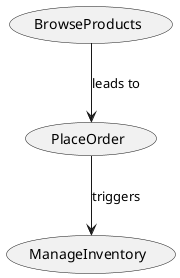
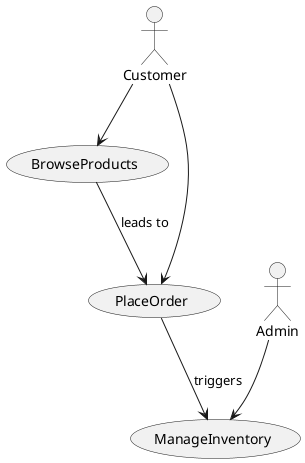
@startuml
+ actor Customer
+ actor Admin
usecase BrowseProducts as UC1
usecase PlaceOrder as UC2
usecase ManageInventory as UC3
+ Customer --> UC1
+ Customer --> UC2
+ Admin --> UC3
UC1 --> UC2 : leads to
UC2 --> UC3 : triggers
@enduml
